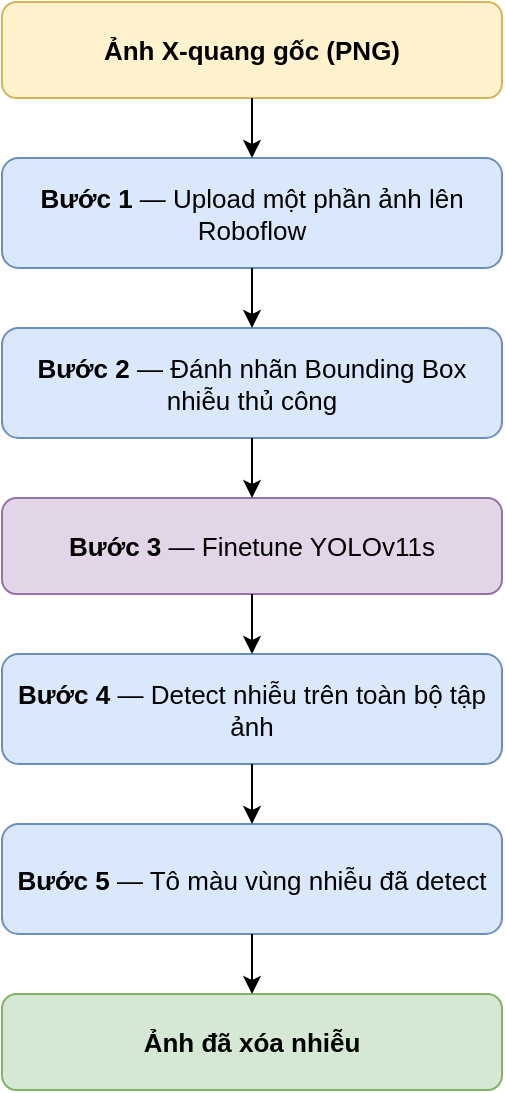
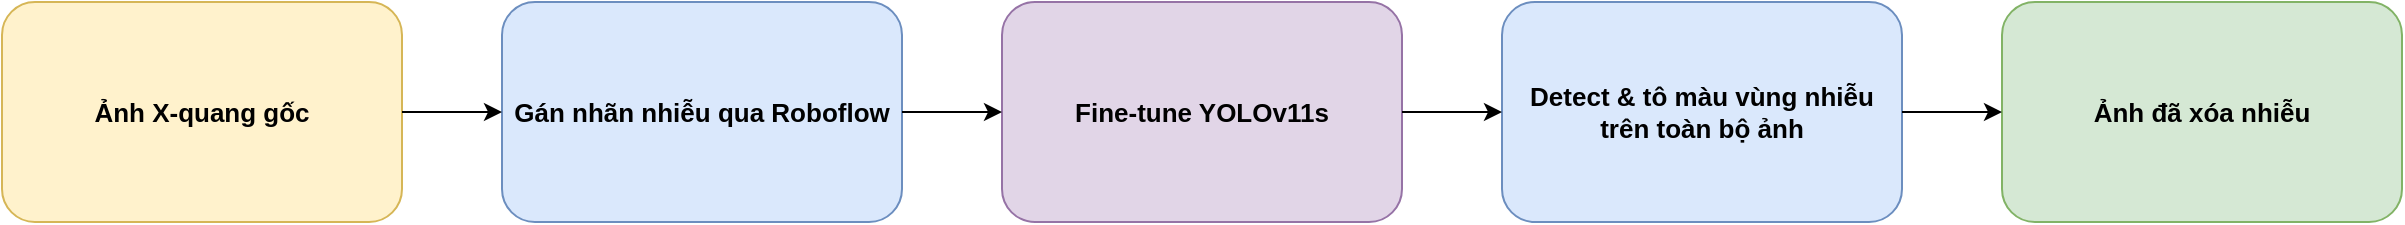
<mxfile host="65bd71144e">
    <diagram name="Preprocessing Pipeline" id="preprocessing_pipeline">
-         <mxGraphModel dx="1042" dy="124" grid="1" gridSize="10" guides="1" tooltips="1" connect="1" arrows="1" fold="1" page="1" pageScale="1" pageWidth="700" pageHeight="720" math="0" shadow="0">
+         <mxGraphModel dx="1042" dy="124" grid="1" gridSize="10" guides="1" tooltips="1" connect="1" arrows="1" fold="1" page="1" pageScale="1" pageWidth="1300" pageHeight="280" math="0" shadow="0">
            <root>
                <mxCell id="0"/>
                <mxCell id="1" parent="0"/>

-                 <mxCell id="in" value="&lt;b&gt;Ảnh X-quang gốc (PNG)&lt;/b&gt;" style="rounded=1;whiteSpace=wrap;html=1;fillColor=#fff2cc;strokeColor=#d6b656;fontSize=13;" parent="1" vertex="1">
-                     <mxGeometry x="225" y="20" width="250" height="48" as="geometry"/>
+                 <mxCell id="in" value="&lt;b&gt;Ảnh X-quang gốc&lt;/b&gt;" style="rounded=1;whiteSpace=wrap;html=1;fillColor=#fff2cc;strokeColor=#d6b656;fontSize=13;" parent="1" vertex="1">
+                     <mxGeometry x="20" y="80" width="200" height="110" as="geometry"/>
                </mxCell>

-                 <mxCell id="s1" value="&lt;b&gt;Bước 1&lt;/b&gt; — Upload một phần ảnh lên Roboflow" style="rounded=1;whiteSpace=wrap;html=1;fillColor=#dae8fc;strokeColor=#6c8ebf;fontSize=13;" parent="1" vertex="1">
-                     <mxGeometry x="225" y="98" width="250" height="55" as="geometry"/>
+                 <mxCell id="s1" value="&lt;b&gt;Gán nhãn nhiễu qua Roboflow&lt;/b&gt;" style="rounded=1;whiteSpace=wrap;html=1;fillColor=#dae8fc;strokeColor=#6c8ebf;fontSize=13;" parent="1" vertex="1">
+                     <mxGeometry x="270" y="80" width="200" height="110" as="geometry"/>
                </mxCell>

-                 <mxCell id="s2" value="&lt;b&gt;Bước 2&lt;/b&gt; — Đánh nhãn Bounding Box nhiễu thủ công" style="rounded=1;whiteSpace=wrap;html=1;fillColor=#dae8fc;strokeColor=#6c8ebf;fontSize=13;" parent="1" vertex="1">
-                     <mxGeometry x="225" y="183" width="250" height="55" as="geometry"/>
+                 <mxCell id="s2" value="&lt;b&gt;Fine-tune YOLOv11s&lt;/b&gt;" style="rounded=1;whiteSpace=wrap;html=1;fillColor=#e1d5e7;strokeColor=#9673a6;fontSize=13;" parent="1" vertex="1">
+                     <mxGeometry x="520" y="80" width="200" height="110" as="geometry"/>
                </mxCell>

-                 <mxCell id="s3" value="&lt;b&gt;Bước 3&lt;/b&gt; — Finetune YOLOv11s" style="rounded=1;whiteSpace=wrap;html=1;fillColor=#e1d5e7;strokeColor=#9673a6;fontSize=13;" parent="1" vertex="1">
-                     <mxGeometry x="225" y="268" width="250" height="48" as="geometry"/>
-                 </mxCell>
- 
-                 <mxCell id="s4" value="&lt;b&gt;Bước 4&lt;/b&gt; — Detect nhiễu trên toàn bộ tập ảnh" style="rounded=1;whiteSpace=wrap;html=1;fillColor=#dae8fc;strokeColor=#6c8ebf;fontSize=13;" parent="1" vertex="1">
-                     <mxGeometry x="225" y="346" width="250" height="55" as="geometry"/>
-                 </mxCell>
- 
-                 <mxCell id="s5" value="&lt;b&gt;Bước 5&lt;/b&gt; — Tô màu vùng nhiễu đã detect" style="rounded=1;whiteSpace=wrap;html=1;fillColor=#dae8fc;strokeColor=#6c8ebf;fontSize=13;" parent="1" vertex="1">
-                     <mxGeometry x="225" y="431" width="250" height="55" as="geometry"/>
+                 <mxCell id="s3" value="&lt;b&gt;Detect &amp;amp; tô màu vùng nhiễu trên toàn bộ ảnh&lt;/b&gt;" style="rounded=1;whiteSpace=wrap;html=1;fillColor=#dae8fc;strokeColor=#6c8ebf;fontSize=13;" parent="1" vertex="1">
+                     <mxGeometry x="770" y="80" width="200" height="110" as="geometry"/>
                </mxCell>

                <mxCell id="out" value="&lt;b&gt;Ảnh đã xóa nhiễu&lt;/b&gt;" style="rounded=1;whiteSpace=wrap;html=1;fillColor=#d5e8d4;strokeColor=#82b366;fontSize=13;" parent="1" vertex="1">
-                     <mxGeometry x="225" y="516" width="250" height="48" as="geometry"/>
+                     <mxGeometry x="1020" y="80" width="200" height="110" as="geometry"/>
                </mxCell>

-                 <mxCell id="e1" value="" style="edgeStyle=orthogonalEdgeStyle;" parent="1" source="in" target="s1" edge="1"><mxGeometry relative="1" as="geometry"/></mxCell>
-                 <mxCell id="e2" value="" style="edgeStyle=orthogonalEdgeStyle;" parent="1" source="s1" target="s2" edge="1"><mxGeometry relative="1" as="geometry"/></mxCell>
-                 <mxCell id="e3" value="" style="edgeStyle=orthogonalEdgeStyle;" parent="1" source="s2" target="s3" edge="1"><mxGeometry relative="1" as="geometry"/></mxCell>
-                 <mxCell id="e4" value="" style="edgeStyle=orthogonalEdgeStyle;" parent="1" source="s3" target="s4" edge="1"><mxGeometry relative="1" as="geometry"/></mxCell>
-                 <mxCell id="e5" value="" style="edgeStyle=orthogonalEdgeStyle;" parent="1" source="s4" target="s5" edge="1"><mxGeometry relative="1" as="geometry"/></mxCell>
-                 <mxCell id="e6" value="" style="edgeStyle=orthogonalEdgeStyle;" parent="1" source="s5" target="out" edge="1"><mxGeometry relative="1" as="geometry"/></mxCell>
+                 <mxCell id="e1" value="" style="edgeStyle=orthogonalEdgeStyle;exitX=1;exitY=0.5;exitDx=0;exitDy=0;entryX=0;entryY=0.5;entryDx=0;entryDy=0;" parent="1" source="in" target="s1" edge="1"><mxGeometry relative="1" as="geometry"/></mxCell>
+                 <mxCell id="e2" value="" style="edgeStyle=orthogonalEdgeStyle;exitX=1;exitY=0.5;exitDx=0;exitDy=0;entryX=0;entryY=0.5;entryDx=0;entryDy=0;" parent="1" source="s1" target="s2" edge="1"><mxGeometry relative="1" as="geometry"/></mxCell>
+                 <mxCell id="e3" value="" style="edgeStyle=orthogonalEdgeStyle;exitX=1;exitY=0.5;exitDx=0;exitDy=0;entryX=0;entryY=0.5;entryDx=0;entryDy=0;" parent="1" source="s2" target="s3" edge="1"><mxGeometry relative="1" as="geometry"/></mxCell>
+                 <mxCell id="e4" value="" style="edgeStyle=orthogonalEdgeStyle;exitX=1;exitY=0.5;exitDx=0;exitDy=0;entryX=0;entryY=0.5;entryDx=0;entryDy=0;" parent="1" source="s3" target="out" edge="1"><mxGeometry relative="1" as="geometry"/></mxCell>

            </root>
        </mxGraphModel>
    </diagram>
</mxfile>
